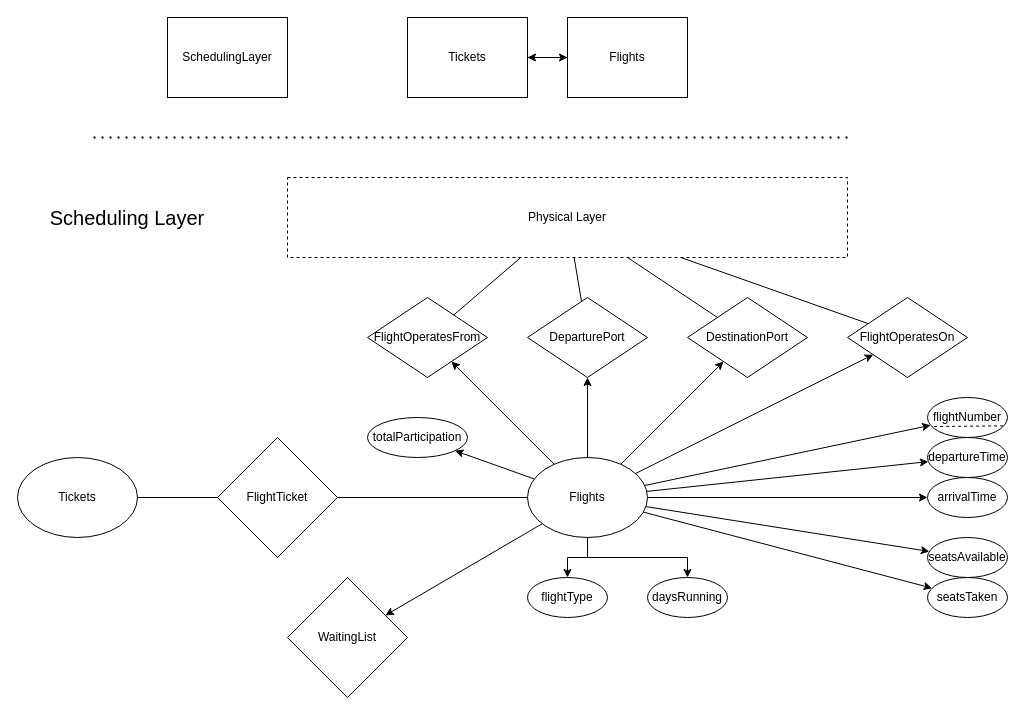
This is page "SchedulingLayer" (4 of 7) of ERDiagram.drawio from kyle4036/DatabaseManagement2026Project1, a draw.io file, before an edit. Source tidied: cells renumbered, new cells numbered last; positions are measured from the earlier drawing's top-left corner, leaving out a move shared by most shapes. Both pictures are drawn from the tidied source at 100%, with x=0, y=0 at pixel (17, 17).
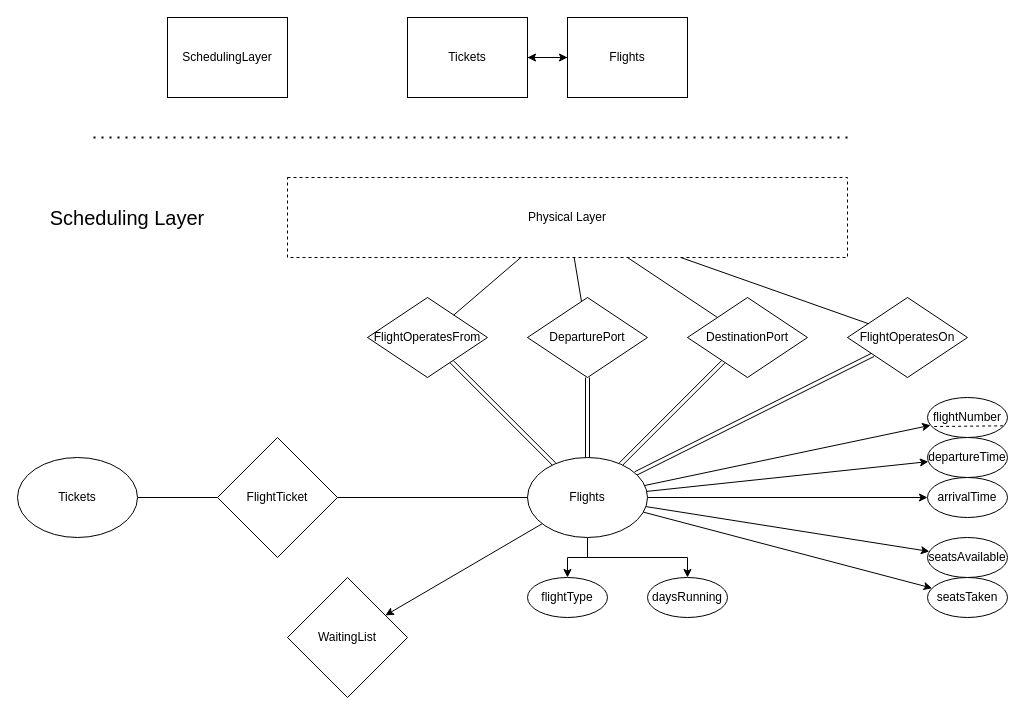
The same diagram, later.

Commit message (it also covers changes not shown here):
fixed total relation in scheduling

The change refers to these unchanged cells:
```xml
<mxCell id="22" value="Flights" style="ellipse;whiteSpace=wrap;html=1;" parent="1" vertex="1">
  <mxGeometry x="510" y="440" width="120" height="80" as="geometry" />
</mxCell>
<mxCell id="27" value="DestinationPort" style="rhombus;whiteSpace=wrap;html=1;" parent="26" vertex="1">
  <mxGeometry x="320" width="120" height="80" as="geometry" />
</mxCell>
<mxCell id="28" value="DeparturePort" style="rhombus;whiteSpace=wrap;html=1;" parent="26" vertex="1">
  <mxGeometry x="160" width="120" height="80" as="geometry" />
</mxCell>
<mxCell id="29" value="FlightOperatesFrom" style="rhombus;whiteSpace=wrap;html=1;" parent="26" vertex="1">
  <mxGeometry width="120" height="80" as="geometry" />
</mxCell>
<mxCell id="30" value="&lt;font&gt;FlightOperatesOn&lt;/font&gt;" style="rhombus;whiteSpace=wrap;html=1;" parent="26" vertex="1">
  <mxGeometry x="480" width="120" height="80" as="geometry" />
</mxCell>
```

Change to the diagram source:
```diff
@@
-    <mxCell id="9" style="rounded=0;jettySize=auto;html=1;" parent="1" edge="1" source="22" target="29">
+    <mxCell id="9" style="rounded=0;jettySize=auto;html=1;shape=link;" parent="1" edge="1" source="22" target="29">
       <mxGeometry relative="1" as="geometry" />
     </mxCell>
-    <mxCell id="10" style="rounded=0;jettySize=auto;html=1;" parent="1" edge="1" source="22" target="28">
+    <mxCell id="10" style="rounded=0;jettySize=auto;html=1;shape=link;" parent="1" edge="1" source="22" target="28">
       <mxGeometry relative="1" as="geometry" />
     </mxCell>
-    <mxCell id="11" style="rounded=0;jettySize=auto;html=1;" parent="1" edge="1" source="22" target="27">
+    <mxCell id="11" style="rounded=0;jettySize=auto;html=1;shape=link;" parent="1" edge="1" source="22" target="27">
       <mxGeometry relative="1" as="geometry" />
     </mxCell>
-    <mxCell id="12" style="rounded=0;jettySize=auto;html=1;" parent="1" edge="1" source="22" target="30">
+    <mxCell id="12" style="rounded=0;jettySize=auto;html=1;shape=link;" parent="1" edge="1" source="22" target="30">
       <mxGeometry relative="1" as="geometry" />
     </mxCell>
@@
-    <mxCell id="20" style="rounded=0;jettySize=auto;html=1;" parent="1" edge="1" source="22" target="43">
-      <mxGeometry relative="1" as="geometry" />
-    </mxCell>
@@
-    <mxCell id="43" value="totalParticipation" style="ellipse;whiteSpace=wrap;html=1;" parent="1" vertex="1">
-      <mxGeometry x="350" y="400" width="100" height="40" as="geometry" />
-    </mxCell>
```
